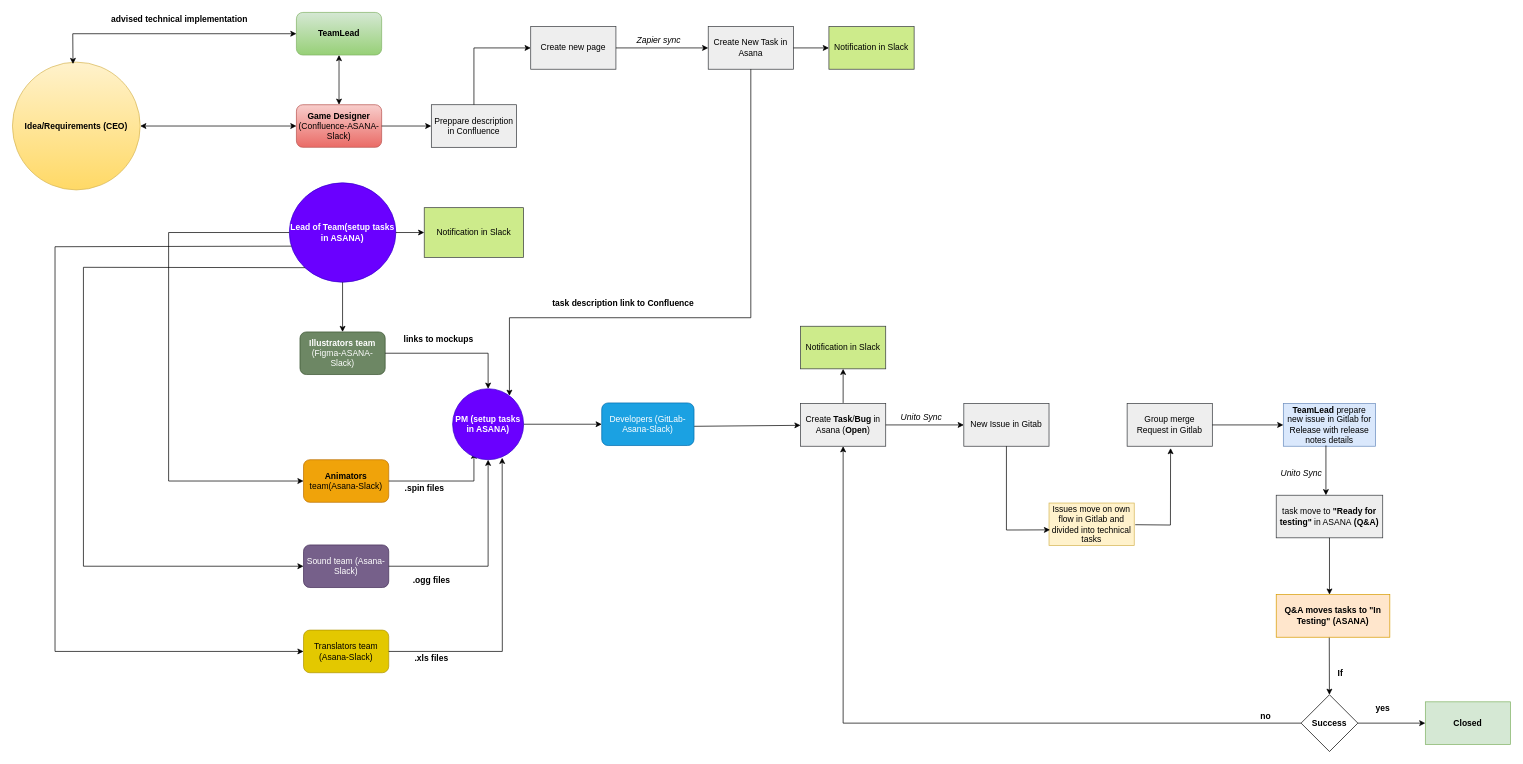
Earlier version of the draw.io diagram Sky network BP Diagram.drawio (annastazi09/blog). Source tidied: cells renumbered, new cells numbered last; positions are measured from the earlier drawing's top-left corner, leaving out a move shared by most shapes. Both pictures are drawn from the tidied source at 71%, with x=0, y=0 at pixel (12, 12).
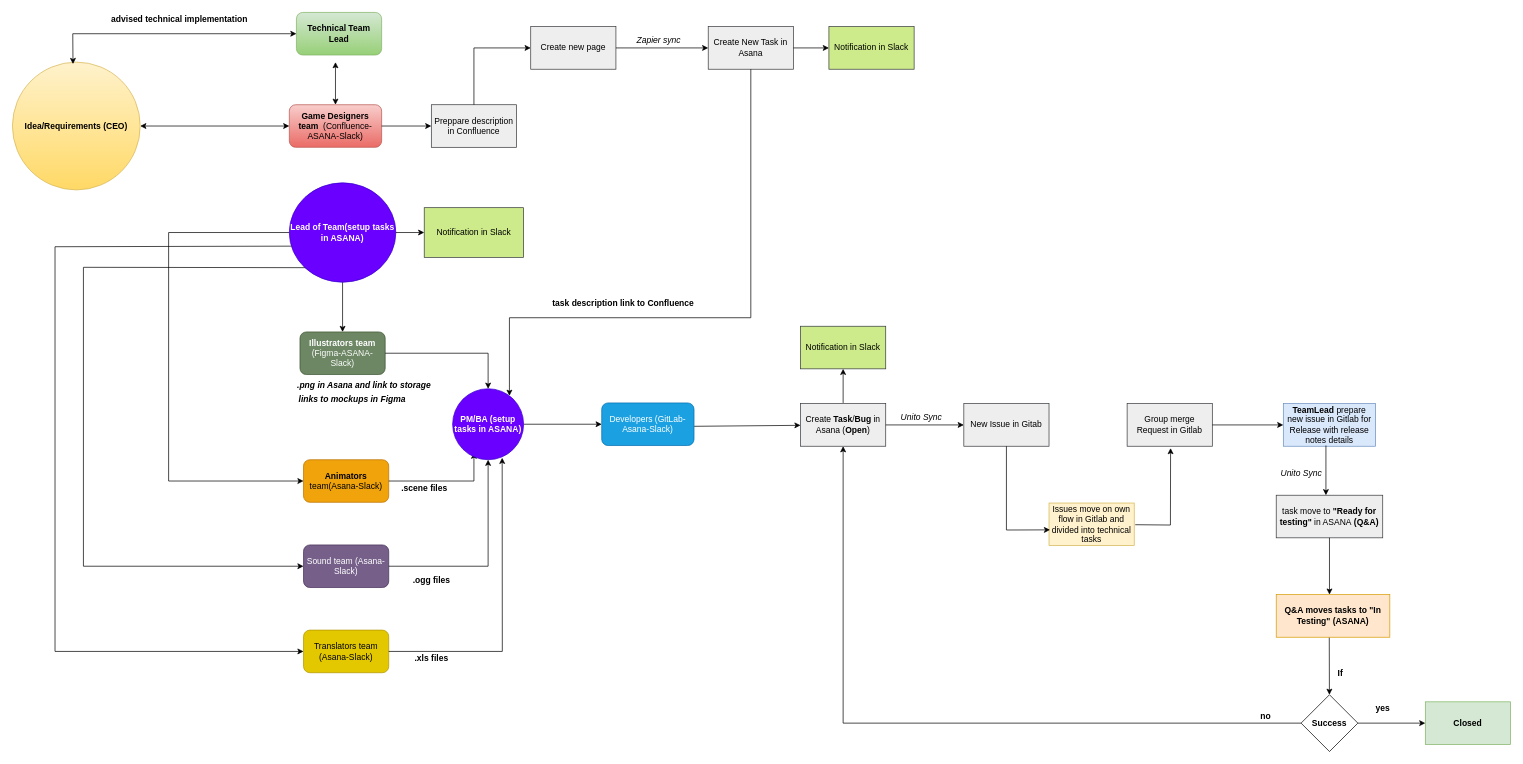
The same page after the edit.

The edit, as a diff of the source:
```diff
@@
-    <mxCell id="3" value="&lt;b&gt;Game Designer&lt;/b&gt; (Confluence-ASANA-Slack)" style="rounded=1;whiteSpace=wrap;html=1;fillColor=#f8cecc;strokeColor=#b85450;gradientColor=#ea6b66;" parent="1" vertex="1">
-      <mxGeometry x="400" y="130" width="120" height="60" as="geometry" />
+    <mxCell id="3" value="&lt;b&gt;Game Designers team&amp;nbsp;&lt;/b&gt; (Confluence-ASANA-Slack)" style="rounded=1;whiteSpace=wrap;html=1;fillColor=#f8cecc;strokeColor=#b85450;gradientColor=#ea6b66;" parent="1" vertex="1">
+      <mxGeometry x="390" y="130" width="130" height="60" as="geometry" />
     </mxCell>
@@
-    <mxCell id="12" value="&lt;b&gt;.spin files&lt;/b&gt;" style="text;html=1;align=center;verticalAlign=middle;strokeColor=none;fillColor=none;" parent="1" vertex="1">
-      <mxGeometry x="545" y="660" width="70" height="20" as="geometry" />
+    <mxCell id="12" value="&lt;b&gt;.scene files&lt;/b&gt;" style="text;html=1;align=center;verticalAlign=middle;strokeColor=none;fillColor=none;" parent="1" vertex="1">
+      <mxGeometry x="535" y="655" width="90" height="30" as="geometry" />
     </mxCell>
@@
-    <mxCell id="15" value="&lt;b&gt;links to mockups&lt;/b&gt;" style="text;html=1;align=center;verticalAlign=middle;strokeColor=none;fillColor=none;" parent="1" vertex="1">
-      <mxGeometry x="545" y="450" width="110" height="20" as="geometry" />
+    <mxCell id="15" value="&lt;b&gt;&lt;i&gt;links to mockups in Figma&amp;nbsp;&lt;/i&gt;&lt;/b&gt;" style="text;html=1;align=center;verticalAlign=middle;strokeColor=none;fillColor=none;" parent="1" vertex="1">
+      <mxGeometry x="390" y="530" width="180" height="30" as="geometry" />
     </mxCell>
@@
-    <mxCell id="34" value="&lt;b&gt;PM (setup tasks in ASANA)&lt;/b&gt;" style="ellipse;whiteSpace=wrap;html=1;fillColor=#6a00ff;strokeColor=#3700CC;fontColor=#ffffff;" parent="1" vertex="1">
+    <mxCell id="34" value="&lt;b&gt;PM/BA (setup tasks in ASANA)&lt;/b&gt;" style="ellipse;whiteSpace=wrap;html=1;fillColor=#6a00ff;strokeColor=#3700CC;fontColor=#ffffff;" parent="1" vertex="1">
       <mxGeometry x="620" y="530" width="100" height="100" as="geometry" />
     </mxCell>
@@
-    <mxCell id="57" value="&lt;b&gt;TeamLead&lt;/b&gt;" style="rounded=1;whiteSpace=wrap;html=1;fillColor=#d5e8d4;strokeColor=#82b366;gradientColor=#97d077;" parent="1" vertex="1">
+    <mxCell id="57" value="&lt;b&gt;Technical Team Lead&lt;/b&gt;" style="rounded=1;whiteSpace=wrap;html=1;fillColor=#d5e8d4;strokeColor=#82b366;gradientColor=#97d077;" parent="1" vertex="1">
       <mxGeometry x="400" width="120" height="60" as="geometry" />
     </mxCell>
@@
-    <mxCell id="59" style="endArrow=classic;startArrow=classic;html=1;rounded=0;entryX=0.5;entryY=1;entryDx=0;entryDy=0;exitX=0.5;exitY=0;exitDx=0;exitDy=0;" parent="1" edge="1" source="3" target="57">
-      <mxGeometry relative="1" as="geometry" />
+    <mxCell id="59" style="endArrow=classic;startArrow=classic;html=1;rounded=0;exitX=0.5;exitY=0;exitDx=0;exitDy=0;" parent="1" edge="1" source="3">
+      <mxGeometry relative="1" as="geometry">
+        <mxPoint x="455" y="70" as="targetPoint" />
+      </mxGeometry>
     </mxCell>
@@
+    <mxCell id="68" value="&lt;i&gt;&lt;b&gt;.png in Asana and link to storage&lt;/b&gt;&lt;/i&gt;" style="text;html=1;align=center;verticalAlign=middle;strokeColor=none;fillColor=none;" parent="1" vertex="1">
+      <mxGeometry x="390" y="510" width="210" height="30" as="geometry" />
+    </mxCell>
```
